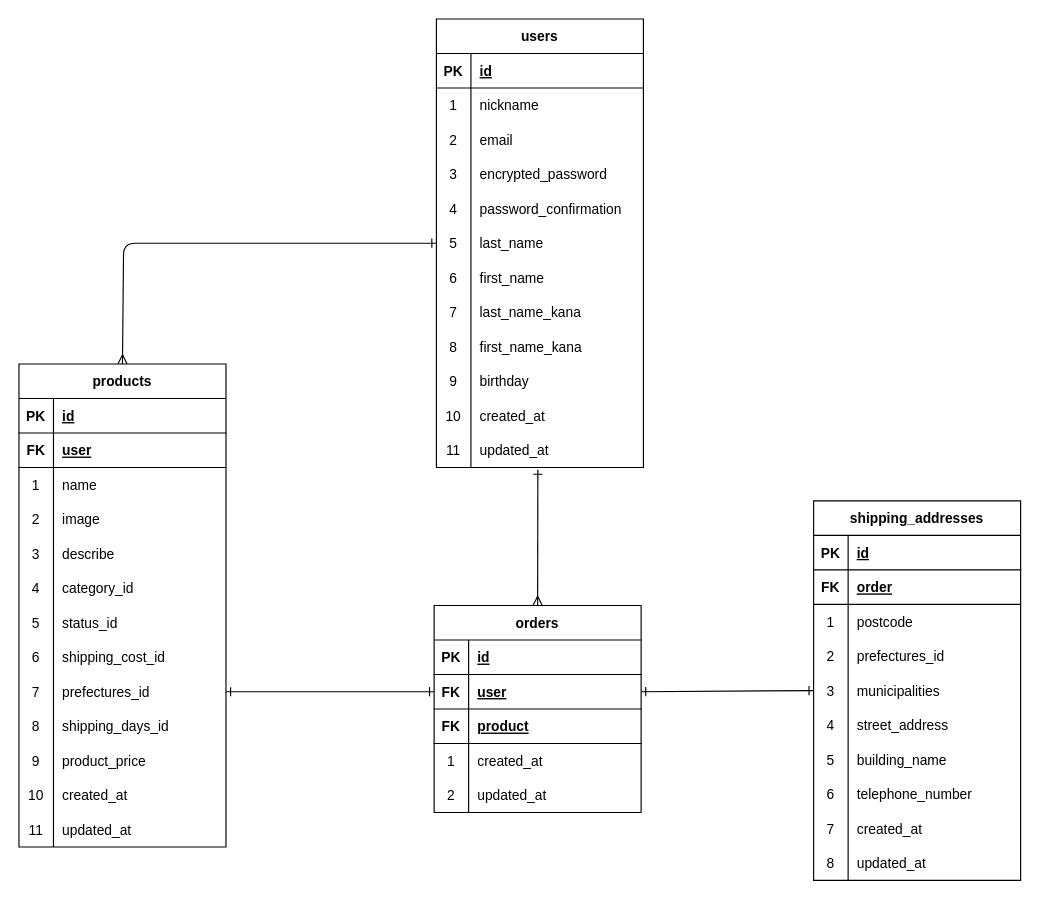
Before: test.dio in shigure5641/furima-40196, a draw.io diagram. Source tidied: cells renumbered, new cells numbered last; positions are measured from the earlier drawing's top-left corner, leaving out a move shared by most shapes. Both pictures are drawn from the tidied source at 115%, with x=0, y=0 at pixel (18, 18).
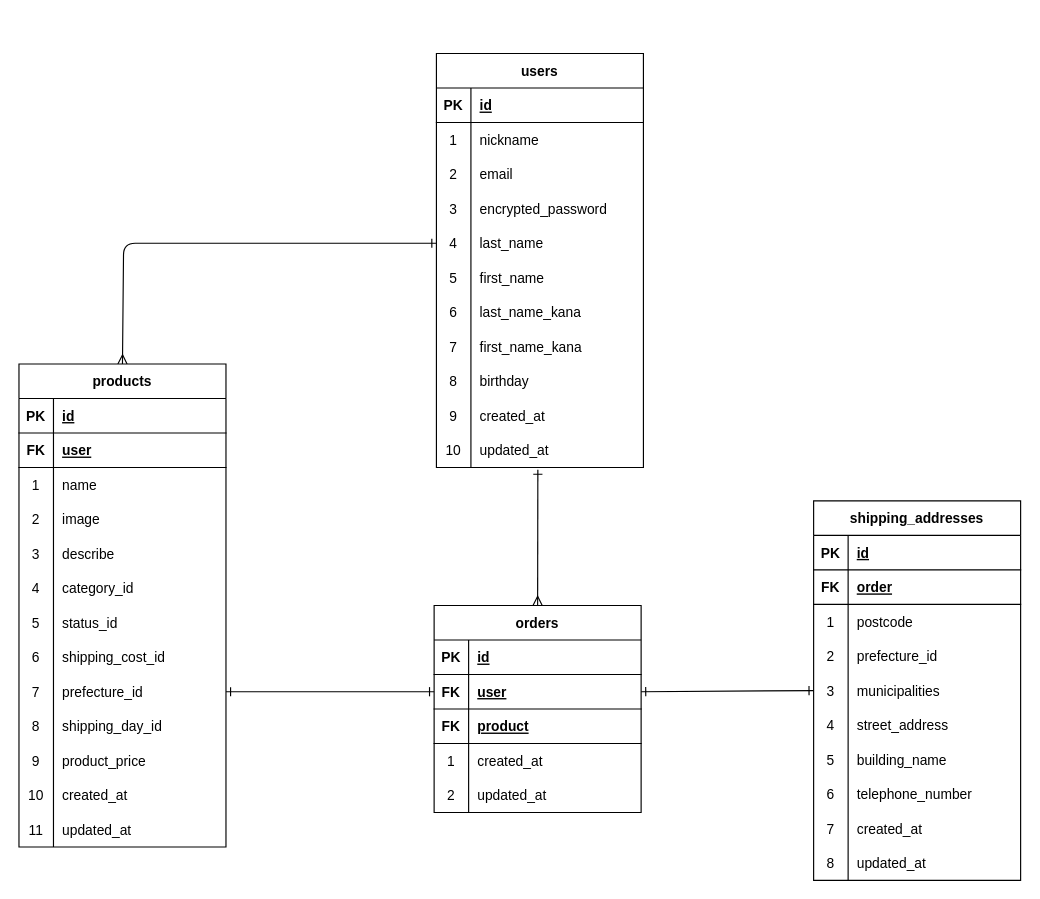
The same page after the edit.

Commit message (it also covers changes not shown here):
データベース設計情報の記載(修正版3)

The change refers to these unchanged cells:
```xml
<mxCell id="54" style="shape=tableRow;horizontal=0;startSize=0;swimlaneHead=0;swimlaneBody=0;fillColor=none;top=0;left=0;right=0;bottom=0;" parent="44" vertex="1">
  <mxGeometry y="120" width="180" height="30" as="geometry" />
</mxCell>
<mxCell id="116" style="shape=tableRow;horizontal=0;startSize=0;swimlaneHead=0;swimlaneBody=0;fillColor=none;points=[[0,0.5],[1,0.5]];portConstraint=eastwest;top=0;left=0;right=0;bottom=0;" parent="91" vertex="1">
  <mxGeometry y="270" width="180" height="30" as="geometry" />
</mxCell>
<mxCell id="119" style="shape=tableRow;horizontal=0;startSize=0;swimlaneHead=0;swimlaneBody=0;fillColor=none;top=0;left=0;right=0;bottom=0;" parent="91" vertex="1">
  <mxGeometry y="300" width="180" height="30" as="geometry" />
</mxCell>
```

What changed in the source:
```diff
@@
     <mxCell id="7" value="users" style="shape=table;startSize=30;childLayout=tableLayout;rowLines=0;fontStyle=1;align=center;" parent="1" vertex="1">
-      <mxGeometry x="363" width="180" height="390" as="geometry" />
+      <mxGeometry x="363" y="30" width="180" height="360" as="geometry" />
     </mxCell>
@@
-    <mxCell id="20" style="shape=tableRow;horizontal=0;startSize=0;swimlaneHead=0;swimlaneBody=0;fillColor=none;top=0;left=0;right=0;bottom=0;" parent="7" vertex="1">
-      <mxGeometry y="150" width="180" height="30" as="geometry" />
-    </mxCell>
-    <mxCell id="21" value="4" style="shape=partialRectangle;fillColor=none;top=0;left=0;bottom=0;right=0;overflow=hidden;" parent="20" vertex="1">
-      <mxGeometry width="30" height="30" as="geometry" />
-    </mxCell>
-    <mxCell id="22" value="password_confirmation" style="shape=partialRectangle;fillColor=none;top=0;left=0;bottom=0;right=0;align=left;spacingLeft=6;overflow=hidden;" parent="20" vertex="1">
-      <mxGeometry x="30" width="150" height="30" as="geometry" />
-    </mxCell>
     <mxCell id="23" style="shape=tableRow;horizontal=0;startSize=0;swimlaneHead=0;swimlaneBody=0;fillColor=none;points=[[0,0.5],[1,0.5]];portConstraint=eastwest;top=0;left=0;right=0;bottom=0;" parent="7" vertex="1">
-      <mxGeometry y="180" width="180" height="30" as="geometry" />
+      <mxGeometry y="150" width="180" height="30" as="geometry" />
     </mxCell>
-    <mxCell id="24" value="5" style="shape=partialRectangle;fillColor=none;top=0;left=0;bottom=0;right=0;overflow=hidden;" parent="23" vertex="1">
+    <mxCell id="24" value="4" style="shape=partialRectangle;fillColor=none;top=0;left=0;bottom=0;right=0;overflow=hidden;" parent="23" vertex="1">
       <mxGeometry width="30" height="30" as="geometry" />
     </mxCell>
@@
     <mxCell id="26" style="shape=tableRow;horizontal=0;startSize=0;swimlaneHead=0;swimlaneBody=0;fillColor=none;top=0;left=0;right=0;bottom=0;" parent="7" vertex="1">
-      <mxGeometry y="210" width="180" height="30" as="geometry" />
+      <mxGeometry y="180" width="180" height="30" as="geometry" />
     </mxCell>
-    <mxCell id="27" value="6" style="shape=partialRectangle;fillColor=none;top=0;left=0;bottom=0;right=0;overflow=hidden;" parent="26" vertex="1">
+    <mxCell id="27" value="5" style="shape=partialRectangle;fillColor=none;top=0;left=0;bottom=0;right=0;overflow=hidden;" parent="26" vertex="1">
       <mxGeometry width="30" height="30" as="geometry" />
     </mxCell>
@@
     <mxCell id="29" style="shape=tableRow;horizontal=0;startSize=0;swimlaneHead=0;swimlaneBody=0;fillColor=none;top=0;left=0;right=0;bottom=0;" parent="7" vertex="1">
-      <mxGeometry y="240" width="180" height="30" as="geometry" />
+      <mxGeometry y="210" width="180" height="30" as="geometry" />
     </mxCell>
-    <mxCell id="30" value="7" style="shape=partialRectangle;fillColor=none;top=0;left=0;bottom=0;right=0;overflow=hidden;" parent="29" vertex="1">
+    <mxCell id="30" value="6" style="shape=partialRectangle;fillColor=none;top=0;left=0;bottom=0;right=0;overflow=hidden;" parent="29" vertex="1">
       <mxGeometry width="30" height="30" as="geometry" />
     </mxCell>
@@
     <mxCell id="32" style="shape=tableRow;horizontal=0;startSize=0;swimlaneHead=0;swimlaneBody=0;fillColor=none;top=0;left=0;right=0;bottom=0;" parent="7" vertex="1">
-      <mxGeometry y="270" width="180" height="30" as="geometry" />
+      <mxGeometry y="240" width="180" height="30" as="geometry" />
     </mxCell>
-    <mxCell id="33" value="8" style="shape=partialRectangle;fillColor=none;top=0;left=0;bottom=0;right=0;overflow=hidden;" parent="32" vertex="1">
+    <mxCell id="33" value="7" style="shape=partialRectangle;fillColor=none;top=0;left=0;bottom=0;right=0;overflow=hidden;" parent="32" vertex="1">
       <mxGeometry width="30" height="30" as="geometry" />
     </mxCell>
@@
     <mxCell id="35" style="shape=tableRow;horizontal=0;startSize=0;swimlaneHead=0;swimlaneBody=0;fillColor=none;top=0;left=0;right=0;bottom=0;" parent="7" vertex="1">
-      <mxGeometry y="300" width="180" height="30" as="geometry" />
+      <mxGeometry y="270" width="180" height="30" as="geometry" />
     </mxCell>
-    <mxCell id="36" value="9" style="shape=partialRectangle;fillColor=none;top=0;left=0;bottom=0;right=0;overflow=hidden;" parent="35" vertex="1">
+    <mxCell id="36" value="8" style="shape=partialRectangle;fillColor=none;top=0;left=0;bottom=0;right=0;overflow=hidden;" parent="35" vertex="1">
       <mxGeometry width="30" height="30" as="geometry" />
     </mxCell>
@@
     <mxCell id="38" style="shape=tableRow;horizontal=0;startSize=0;swimlaneHead=0;swimlaneBody=0;fillColor=none;top=0;left=0;right=0;bottom=0;" parent="7" vertex="1">
-      <mxGeometry y="330" width="180" height="30" as="geometry" />
+      <mxGeometry y="300" width="180" height="30" as="geometry" />
     </mxCell>
-    <mxCell id="39" value="10" style="shape=partialRectangle;fillColor=none;top=0;left=0;bottom=0;right=0;overflow=hidden;" parent="38" vertex="1">
+    <mxCell id="39" value="9" style="shape=partialRectangle;fillColor=none;top=0;left=0;bottom=0;right=0;overflow=hidden;" parent="38" vertex="1">
       <mxGeometry width="30" height="30" as="geometry" />
     </mxCell>
@@
     <mxCell id="41" style="shape=tableRow;horizontal=0;startSize=0;swimlaneHead=0;swimlaneBody=0;fillColor=none;points=[[0,0.5],[1,0.5]];portConstraint=eastwest;top=0;left=0;right=0;bottom=0;" parent="7" vertex="1">
-      <mxGeometry y="360" width="180" height="30" as="geometry" />
+      <mxGeometry y="330" width="180" height="30" as="geometry" />
     </mxCell>
-    <mxCell id="42" value="11" style="shape=partialRectangle;fillColor=none;top=0;left=0;bottom=0;right=0;overflow=hidden;" parent="41" vertex="1">
+    <mxCell id="42" value="10" style="shape=partialRectangle;fillColor=none;top=0;left=0;bottom=0;right=0;overflow=hidden;" parent="41" vertex="1">
       <mxGeometry width="30" height="30" as="geometry" />
     </mxCell>
@@
-    <mxCell id="56" value="prefectures_id" style="shape=partialRectangle;fillColor=none;top=0;left=0;bottom=0;right=0;align=left;spacingLeft=6;overflow=hidden;" parent="54" vertex="1">
+    <mxCell id="56" value="prefecture_id" style="shape=partialRectangle;fillColor=none;top=0;left=0;bottom=0;right=0;align=left;spacingLeft=6;overflow=hidden;" parent="54" vertex="1">
       <mxGeometry x="30" width="150" height="30" as="geometry" />
     </mxCell>
@@
-    <mxCell id="118" value="prefectures_id" style="shape=partialRectangle;fillColor=none;top=0;left=0;bottom=0;right=0;align=left;spacingLeft=6;overflow=hidden;" parent="116" vertex="1">
+    <mxCell id="118" value="prefecture_id" style="shape=partialRectangle;fillColor=none;top=0;left=0;bottom=0;right=0;align=left;spacingLeft=6;overflow=hidden;" parent="116" vertex="1">
       <mxGeometry x="30" width="150" height="30" as="geometry" />
     </mxCell>
@@
-    <mxCell id="121" value="shipping_days_id" style="shape=partialRectangle;fillColor=none;top=0;left=0;bottom=0;right=0;align=left;spacingLeft=6;overflow=hidden;" parent="119" vertex="1">
+    <mxCell id="121" value="shipping_day_id" style="shape=partialRectangle;fillColor=none;top=0;left=0;bottom=0;right=0;align=left;spacingLeft=6;overflow=hidden;" parent="119" vertex="1">
       <mxGeometry x="30" width="150" height="30" as="geometry" />
     </mxCell>
```
